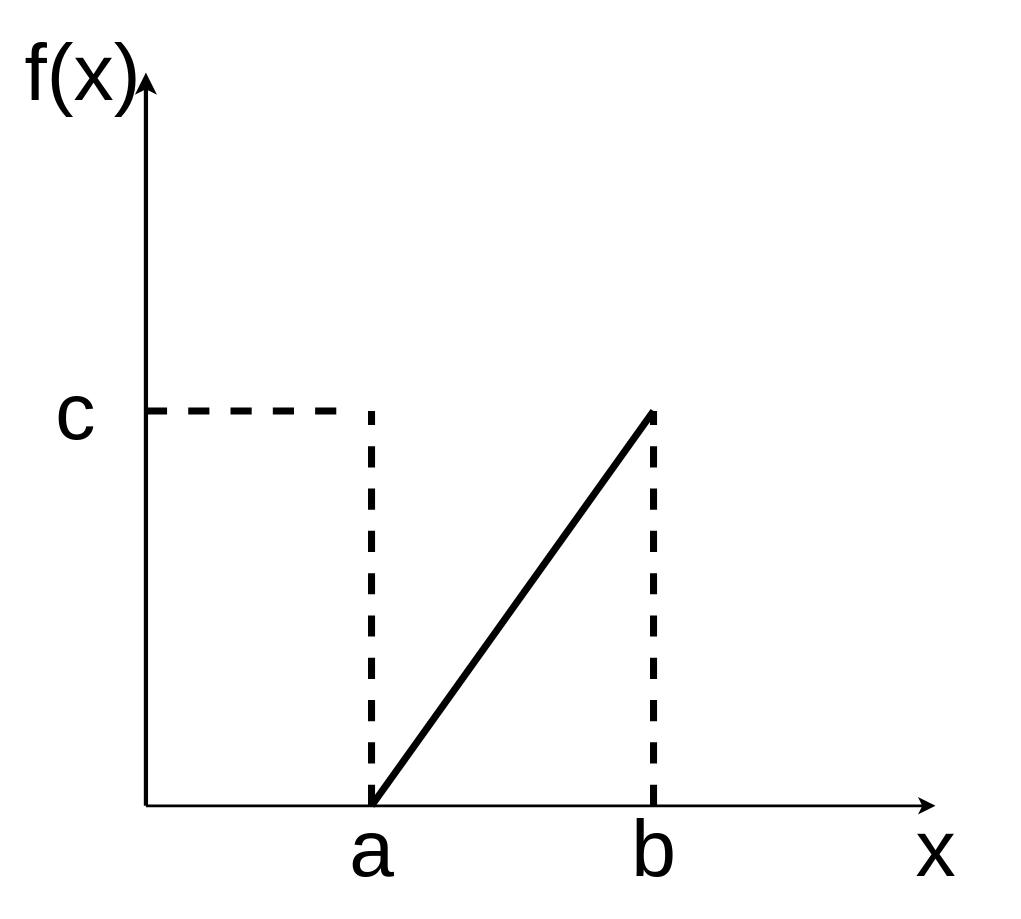
Earlier version of the draw.io diagram Gr2.drawio (ArseniyIFMO/TEX). Source tidied: cells renumbered, new cells numbered last; positions are measured from the earlier drawing's top-left corner, leaving out a move shared by most shapes. Both pictures are drawn from the tidied source at 141%, with x=0, y=0 at pixel (61, 58).
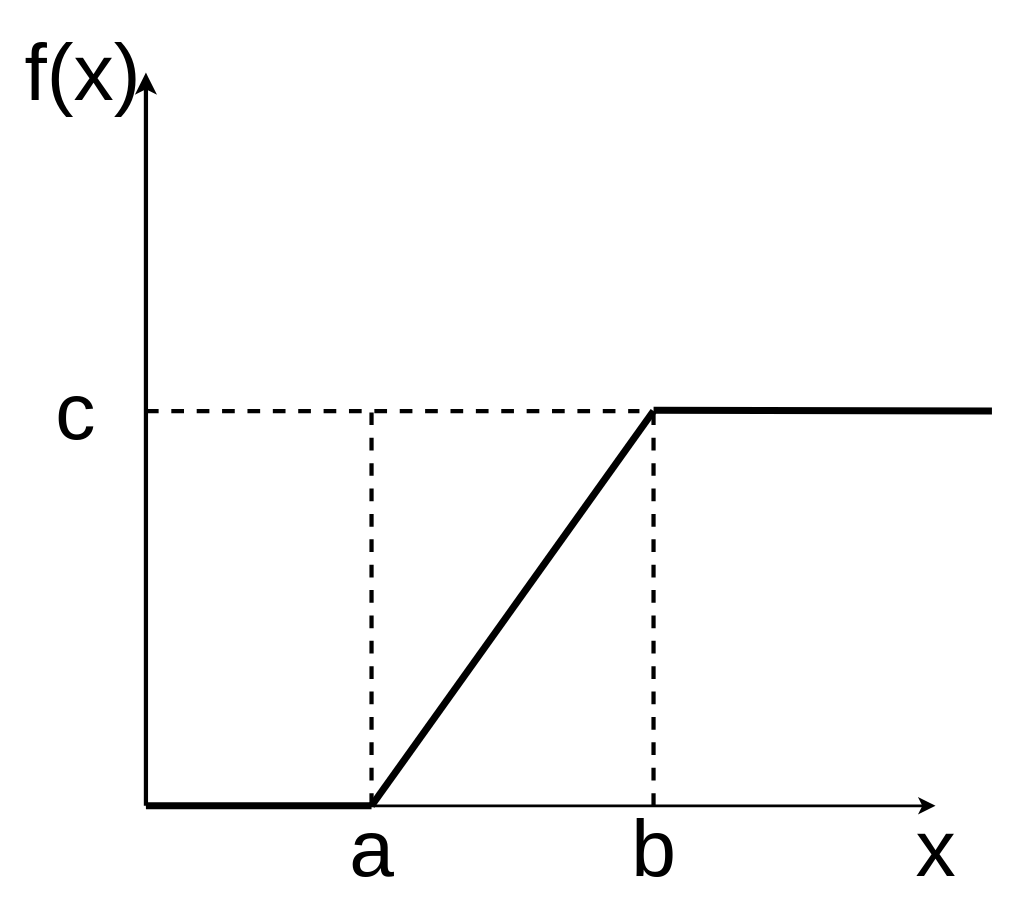
Above is the later version.

What changed in the source:
```diff
@@
-    <mxCell id="5" style="endArrow=none;dashed=1;html=1;jumpSize=12;fontSize=35;strokeWidth=5;" parent="1" edge="1">
+    <mxCell id="5" style="endArrow=none;dashed=1;html=1;jumpSize=12;fontSize=35;strokeWidth=3;" parent="1" edge="1">
       <mxGeometry relative="1" as="geometry">
         <mxPoint x="220" y="530" as="sourcePoint" />
         <mxPoint x="220" y="250" as="targetPoint" />
       </mxGeometry>
     </mxCell>
-    <mxCell id="6" style="endArrow=none;dashed=1;html=1;fontSize=35;strokeWidth=5;" parent="1" edge="1">
+    <mxCell id="6" style="endArrow=none;dashed=1;html=1;fontSize=35;strokeWidth=3;" parent="1" edge="1">
       <mxGeometry relative="1" as="geometry">
         <mxPoint x="420" y="530" as="sourcePoint" />
         <mxPoint x="420" y="250" as="targetPoint" />
       </mxGeometry>
     </mxCell>
-    <mxCell id="7" style="endArrow=none;dashed=1;html=1;jumpSize=12;fontSize=35;strokeWidth=5;" parent="1" edge="1">
+    <mxCell id="7" style="endArrow=none;dashed=1;html=1;jumpSize=12;fontSize=35;strokeWidth=3;" parent="1" edge="1">
       <mxGeometry relative="1" as="geometry">
         <mxPoint x="60" y="250" as="sourcePoint" />
-        <mxPoint x="210" y="250" as="targetPoint" />
+        <mxPoint x="410" y="250" as="targetPoint" />
       </mxGeometry>
     </mxCell>
@@
+    <mxCell id="13" style="endArrow=none;html=1;strokeWidth=5;endFill=0;" parent="1" edge="1">
+      <mxGeometry relative="1" as="geometry">
+        <mxPoint x="60" y="530" as="sourcePoint" />
+        <mxPoint x="220" y="530" as="targetPoint" />
+      </mxGeometry>
+    </mxCell>
+    <mxCell id="14" style="endArrow=none;html=1;strokeWidth=5;endFill=0;" parent="1" edge="1">
+      <mxGeometry relative="1" as="geometry">
+        <mxPoint x="420" y="249.5" as="sourcePoint" />
+        <mxPoint x="660" y="250" as="targetPoint" />
+      </mxGeometry>
+    </mxCell>
```
